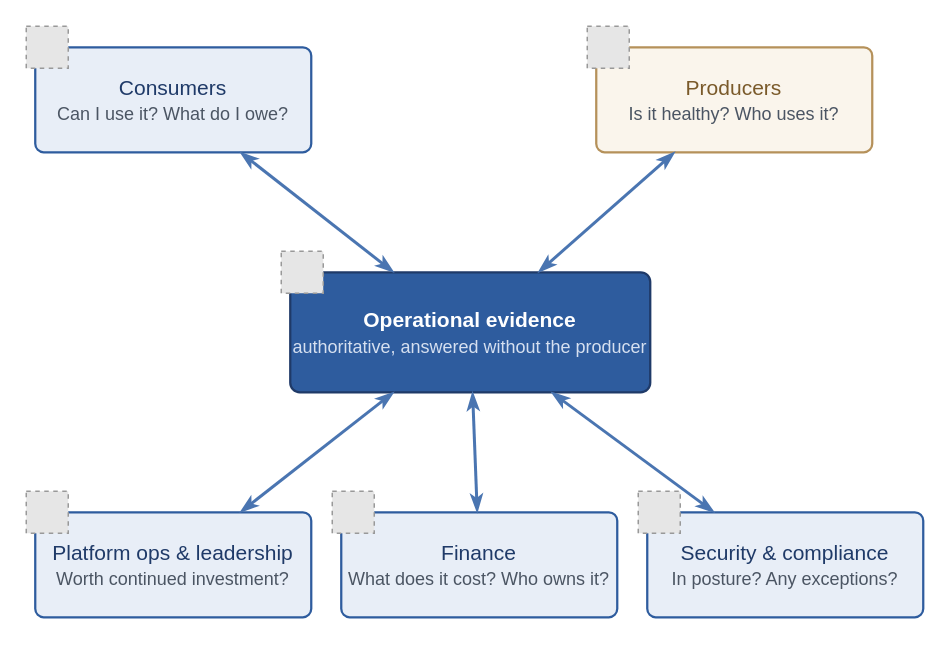
missBerg/platform-capabilities keeps this draw.io diagram as diagrams/factor-5-operational-evidence.drawio. Above is the earlier version. Source tidied: cells renumbered, new cells numbered last; positions are measured from the earlier drawing's top-left corner, leaving out a move shared by most shapes. Both pictures are drawn from the tidied source at 150%, with x=0, y=0 at pixel (26, 26). Pictures stored in the file or linked from it are replaced by grey dashed boxes.
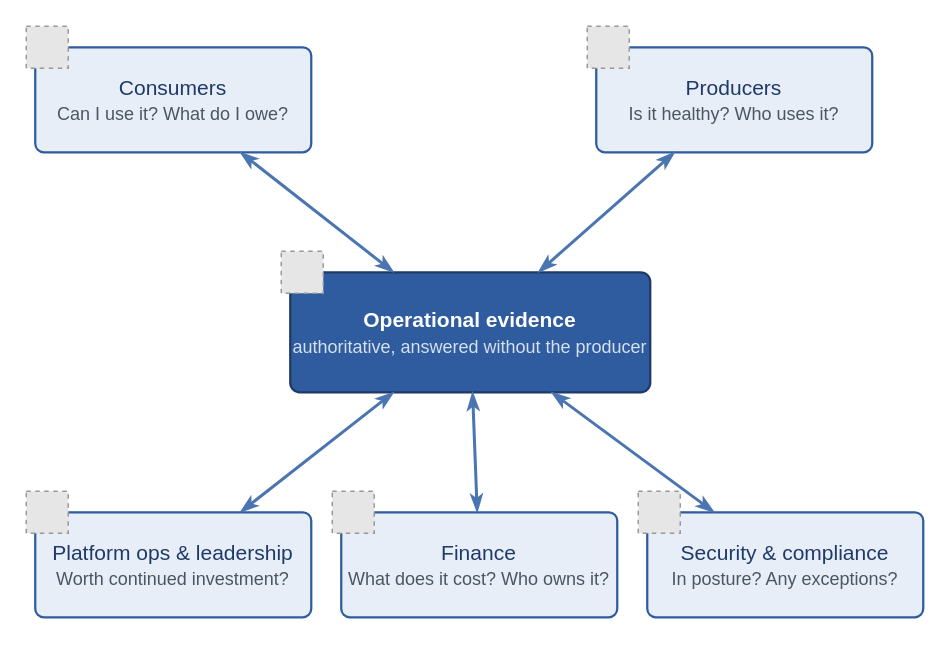
The same page after the edit.

Commit message (it also covers changes not shown here):
style(diagrams): blue Producers box in Fig 10 and idea 16

Diff of the diagram source:
```diff
@@
 <mxGraphModel>
   <root>
     <mxCell id="0" />
     <mxCell id="1" parent="0" />
     <mxCell id="2" value="Consumers&lt;br&gt;&lt;font style=&quot;font-size: 12px&quot; color=&quot;#4B5563&quot;&gt;Can I use it? What do I owe?&lt;/font&gt;" style="rounded=1;whiteSpace=wrap;html=1;arcSize=8;fillColor=#E8EEF7;strokeColor=#2E5C9E;strokeWidth=1.5;fontColor=#1F3A68;fontFamily=Helvetica;fontSize=14;align=center;verticalAlign=middle;shadow=0;" parent="1" vertex="1">
       <mxGeometry x="6" y="14" width="184" height="70" as="geometry" />
     </mxCell>
     <mxCell id="3" style="fillColor=#E6E6E6;strokeColor=#999999;dashed=1;verticalLabelPosition=bottom;verticalAlign=top;align=center;fontFamily=Helvetica;fontSize=14;fontColor=#1F3A68;" parent="1" vertex="1">
       <mxGeometry width="28" height="28" as="geometry" />
     </mxCell>
-    <mxCell id="4" value="Producers&lt;br&gt;&lt;font style=&quot;font-size: 12px&quot; color=&quot;#4B5563&quot;&gt;Is it healthy? Who uses it?&lt;/font&gt;" style="rounded=1;whiteSpace=wrap;html=1;arcSize=8;fillColor=#FAF5EC;strokeColor=#B5915A;strokeWidth=1.5;fontColor=#7A5A2A;fontFamily=Helvetica;fontSize=14;align=center;verticalAlign=middle;shadow=0;" parent="1" vertex="1">
+    <mxCell id="4" value="Producers&lt;br&gt;&lt;font style=&quot;font-size: 12px&quot; color=&quot;#4B5563&quot;&gt;Is it healthy? Who uses it?&lt;/font&gt;" style="rounded=1;whiteSpace=wrap;html=1;arcSize=8;fillColor=#E8EEF7;strokeColor=#2E5C9E;strokeWidth=1.5;fontColor=#1F3A68;fontFamily=Helvetica;fontSize=14;align=center;verticalAlign=middle;shadow=0;" parent="1" vertex="1">
       <mxGeometry x="380" y="14" width="184" height="70" as="geometry" />
     </mxCell>
     <mxCell id="5" style="fillColor=#E6E6E6;strokeColor=#999999;dashed=1;verticalLabelPosition=bottom;verticalAlign=top;align=center;fontFamily=Helvetica;fontSize=14;fontColor=#1F3A68;" parent="1" vertex="1">
       <mxGeometry x="374" width="28" height="28" as="geometry" />
     </mxCell>
     <mxCell id="6" value="&lt;b&gt;Operational evidence&lt;/b&gt;&lt;br&gt;&lt;font style=&quot;font-size: 12px&quot; color=&quot;#D6E0F0&quot;&gt;authoritative, answered without the producer&lt;/font&gt;" style="rounded=1;whiteSpace=wrap;html=1;arcSize=8;fillColor=#2E5C9E;strokeColor=#1F3A68;strokeWidth=1.5;fontColor=#FFFFFF;fontFamily=Helvetica;fontSize=14;align=center;verticalAlign=middle;shadow=0;" parent="1" vertex="1">
       <mxGeometry x="176" y="164" width="240" height="80" as="geometry" />
     </mxCell>
     <mxCell id="7" style="fillColor=#E6E6E6;strokeColor=#999999;dashed=1;verticalLabelPosition=bottom;verticalAlign=top;align=center;fontFamily=Helvetica;fontSize=14;fontColor=#1F3A68;" parent="1" vertex="1">
       <mxGeometry x="170" y="150" width="28" height="28" as="geometry" />
     </mxCell>
     <mxCell id="8" value="Platform ops &amp;amp; leadership&lt;br&gt;&lt;font style=&quot;font-size: 12px&quot; color=&quot;#4B5563&quot;&gt;Worth continued investment?&lt;/font&gt;" style="rounded=1;whiteSpace=wrap;html=1;arcSize=8;fillColor=#E8EEF7;strokeColor=#2E5C9E;strokeWidth=1.5;fontColor=#1F3A68;fontFamily=Helvetica;fontSize=14;align=center;verticalAlign=middle;shadow=0;" parent="1" vertex="1">
       <mxGeometry x="6" y="324" width="184" height="70" as="geometry" />
     </mxCell>
     <mxCell id="9" style="fillColor=#E6E6E6;strokeColor=#999999;dashed=1;verticalLabelPosition=bottom;verticalAlign=top;align=center;fontFamily=Helvetica;fontSize=14;fontColor=#1F3A68;" parent="1" vertex="1">
       <mxGeometry y="310" width="28" height="28" as="geometry" />
     </mxCell>
     <mxCell id="10" value="Finance&lt;br&gt;&lt;font style=&quot;font-size: 12px&quot; color=&quot;#4B5563&quot;&gt;What does it cost? Who owns it?&lt;/font&gt;" style="rounded=1;whiteSpace=wrap;html=1;arcSize=8;fillColor=#E8EEF7;strokeColor=#2E5C9E;strokeWidth=1.5;fontColor=#1F3A68;fontFamily=Helvetica;fontSize=14;align=center;verticalAlign=middle;shadow=0;" parent="1" vertex="1">
       <mxGeometry x="210" y="324" width="184" height="70" as="geometry" />
     </mxCell>
     <mxCell id="11" style="fillColor=#E6E6E6;strokeColor=#999999;dashed=1;verticalLabelPosition=bottom;verticalAlign=top;align=center;fontFamily=Helvetica;fontSize=14;fontColor=#1F3A68;" parent="1" vertex="1">
       <mxGeometry x="204" y="310" width="28" height="28" as="geometry" />
     </mxCell>
     <mxCell id="12" value="Security &amp;amp; compliance&lt;br&gt;&lt;font style=&quot;font-size: 12px&quot; color=&quot;#4B5563&quot;&gt;In posture? Any exceptions?&lt;/font&gt;" style="rounded=1;whiteSpace=wrap;html=1;arcSize=8;fillColor=#E8EEF7;strokeColor=#2E5C9E;strokeWidth=1.5;fontColor=#1F3A68;fontFamily=Helvetica;fontSize=14;align=center;verticalAlign=middle;shadow=0;" parent="1" vertex="1">
       <mxGeometry x="414" y="324" width="184" height="70" as="geometry" />
     </mxCell>
     <mxCell id="13" style="fillColor=#E6E6E6;strokeColor=#999999;dashed=1;verticalLabelPosition=bottom;verticalAlign=top;align=center;fontFamily=Helvetica;fontSize=14;fontColor=#1F3A68;" parent="1" vertex="1">
       <mxGeometry x="408" y="310" width="28" height="28" as="geometry" />
     </mxCell>
     <mxCell id="14" style="endArrow=classicThin;startArrow=classicThin;html=1;rounded=0;strokeColor=#4A75B1;strokeWidth=2;fontColor=#1F3A68;fontFamily=Helvetica;fontSize=12;curved=1;" parent="1" edge="1" source="2" target="6">
       <mxGeometry relative="1" as="geometry" />
     </mxCell>
     <mxCell id="15" style="endArrow=classicThin;startArrow=classicThin;html=1;rounded=0;strokeColor=#4A75B1;strokeWidth=2;fontColor=#1F3A68;fontFamily=Helvetica;fontSize=12;curved=1;" parent="1" edge="1" source="4" target="6">
       <mxGeometry relative="1" as="geometry" />
     </mxCell>
     <mxCell id="16" style="endArrow=classicThin;startArrow=classicThin;html=1;rounded=0;strokeColor=#4A75B1;strokeWidth=2;fontColor=#1F3A68;fontFamily=Helvetica;fontSize=12;curved=1;" parent="1" edge="1" source="8" target="6">
       <mxGeometry relative="1" as="geometry" />
     </mxCell>
     <mxCell id="17" style="endArrow=classicThin;startArrow=classicThin;html=1;rounded=0;strokeColor=#4A75B1;strokeWidth=2;fontColor=#1F3A68;fontFamily=Helvetica;fontSize=12;curved=1;" parent="1" edge="1" source="10" target="6">
       <mxGeometry relative="1" as="geometry" />
     </mxCell>
     <mxCell id="18" style="endArrow=classicThin;startArrow=classicThin;html=1;rounded=0;strokeColor=#4A75B1;strokeWidth=2;fontColor=#1F3A68;fontFamily=Helvetica;fontSize=12;curved=1;" parent="1" edge="1" source="12" target="6">
       <mxGeometry relative="1" as="geometry" />
     </mxCell>
   </root>
 </mxGraphModel>
```
